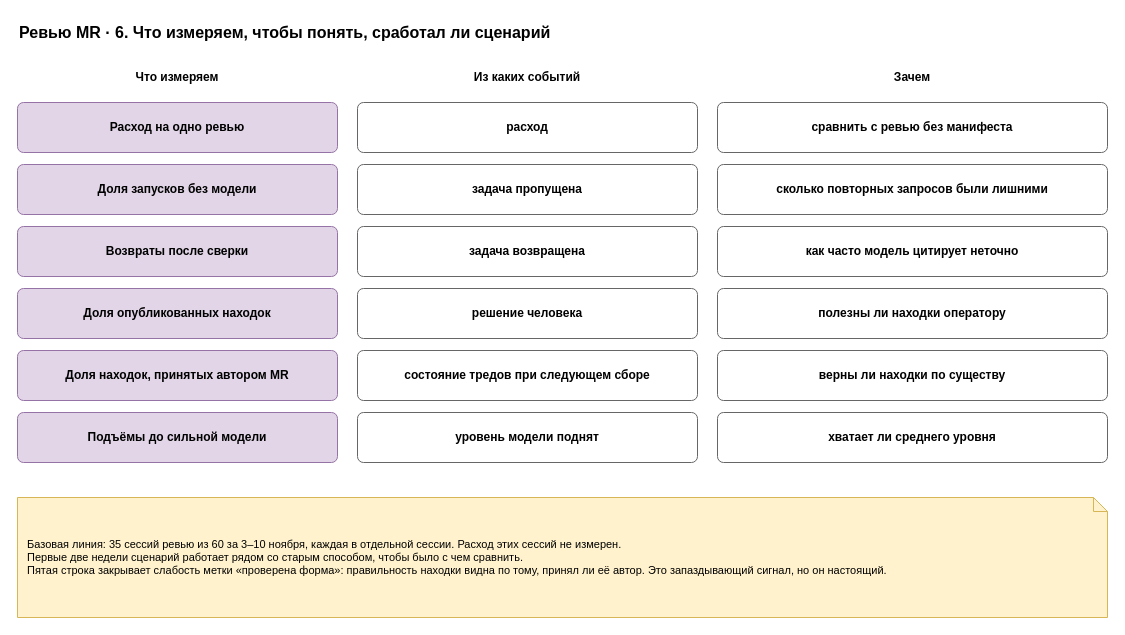
Before: page "6. Измерение" (6 of 7) of docs/spec/harness-instance-mr-review.drawio in roygkov/reins, a draw.io diagram. Source tidied: cells renumbered, new cells numbered last; positions are measured from the earlier drawing's top-left corner, leaving out a move shared by most shapes. Both pictures are drawn from the tidied source at 100%, with x=0, y=0 at pixel (17, 17).
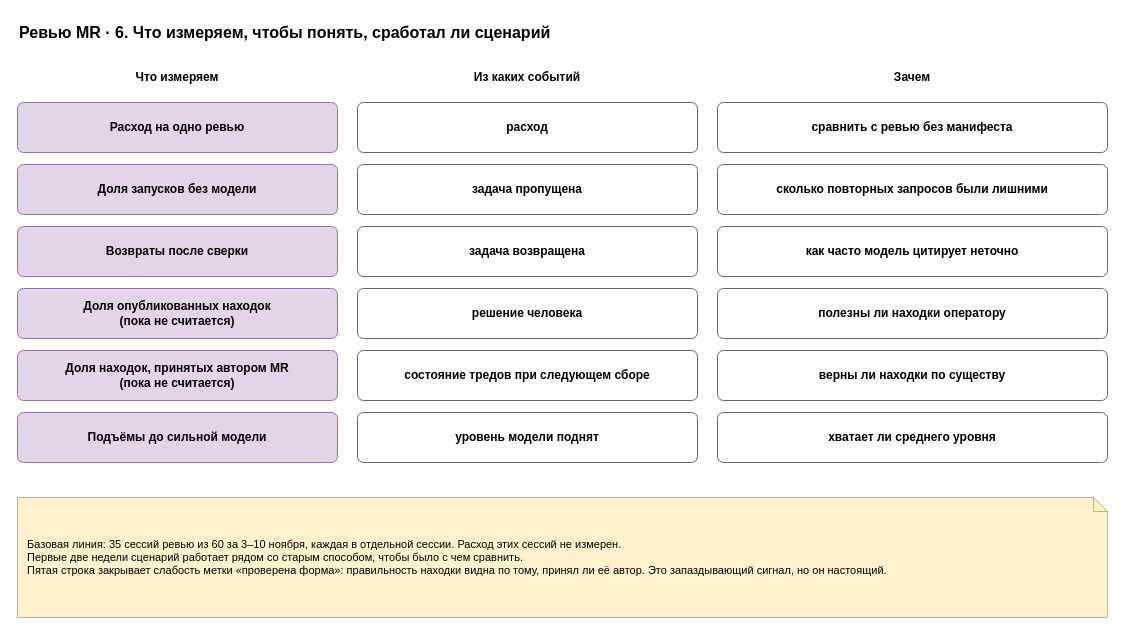
Above is the later version.

The edit, as a diff of the source:
```diff
@@
-    <mxCell id="15" value="&lt;b&gt;Доля опубликованных находок&lt;/b&gt;" style="rounded=1;whiteSpace=wrap;html=1;fillColor=#e1d5e7;strokeColor=#9673a6;arcSize=12;" parent="1" vertex="1">
+    <mxCell id="15" value="&lt;b&gt;Доля опубликованных находок&lt;br&gt;(пока не считается)&lt;/b&gt;" style="rounded=1;whiteSpace=wrap;html=1;fillColor=#e1d5e7;strokeColor=#9673a6;arcSize=12;" parent="1" vertex="1">
       <mxGeometry y="271" width="320" height="50" as="geometry" />
     </mxCell>
@@
-    <mxCell id="18" value="&lt;b&gt;Доля находок, принятых автором MR&lt;/b&gt;" style="rounded=1;whiteSpace=wrap;html=1;fillColor=#e1d5e7;strokeColor=#9673a6;arcSize=12;" parent="1" vertex="1">
+    <mxCell id="18" value="&lt;b&gt;Доля находок, принятых автором MR&lt;br&gt;(пока не считается)&lt;/b&gt;" style="rounded=1;whiteSpace=wrap;html=1;fillColor=#e1d5e7;strokeColor=#9673a6;arcSize=12;" parent="1" vertex="1">
       <mxGeometry y="333" width="320" height="50" as="geometry" />
     </mxCell>
```
